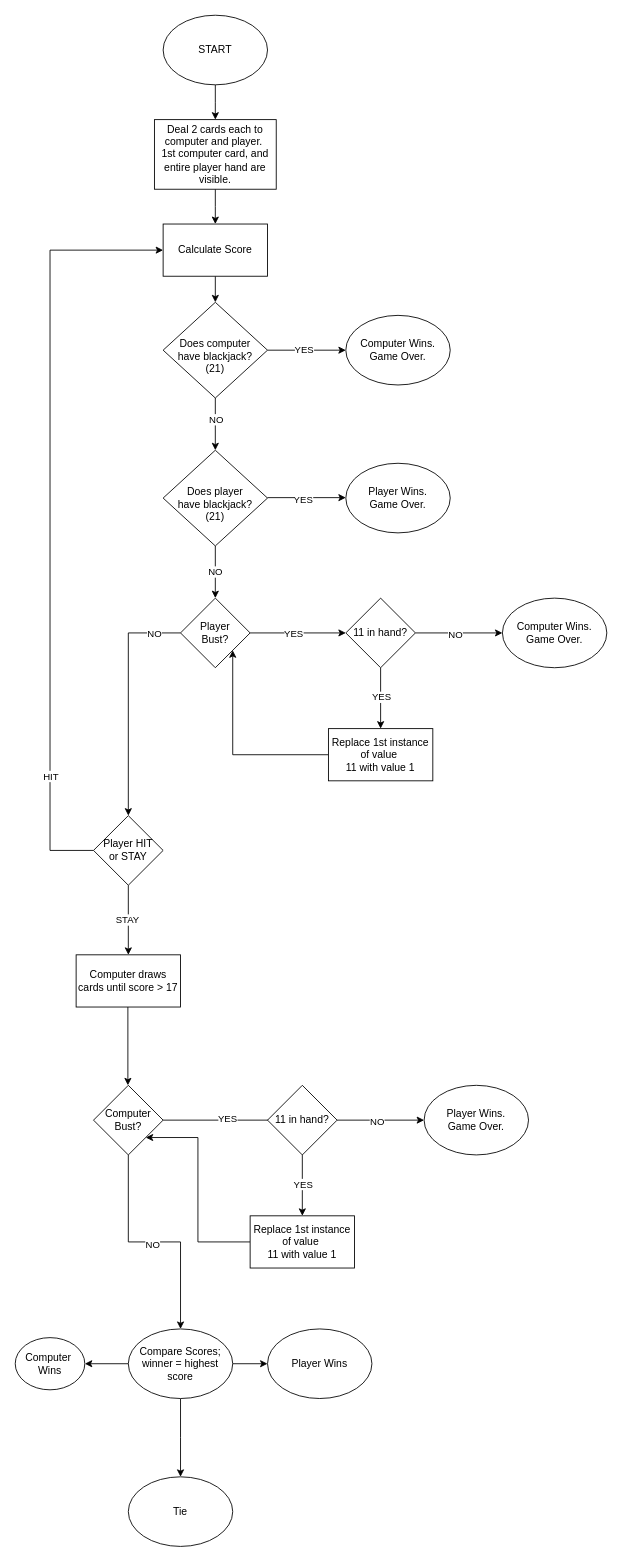
Before: Day 11/task/flowchart-blackjack-4.drawio in iLikeGreenTeas/100-days-of-of-code-in-python-by-Angela-Yu, a draw.io diagram. Source tidied: cells renumbered, new cells numbered last; positions are measured from the earlier drawing's top-left corner, leaving out a move shared by most shapes. Both pictures are drawn from the tidied source at 87%, with x=0, y=0 at pixel (15, 15).
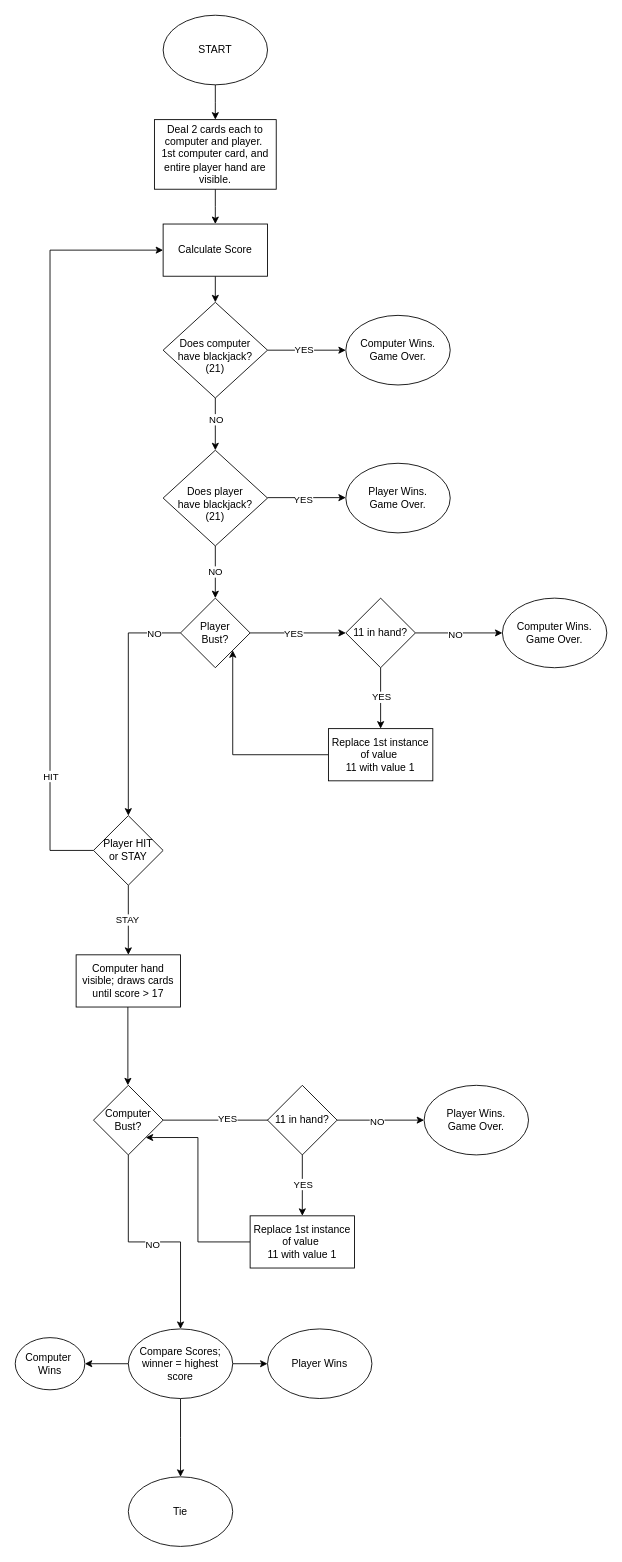
Above is the later version.

Change to the diagram source:
```diff
@@
-    <mxCell id="39" value="Computer draws cards until score &amp;gt; 17" style="rounded=0;whiteSpace=wrap;html=1;" parent="1" vertex="1">
+    <mxCell id="39" value="Computer hand visible; draws cards until score &amp;gt; 17" style="rounded=0;whiteSpace=wrap;html=1;" parent="1" vertex="1">
       <mxGeometry x="70" y="1080" width="120" height="60" as="geometry" />
     </mxCell>
```
